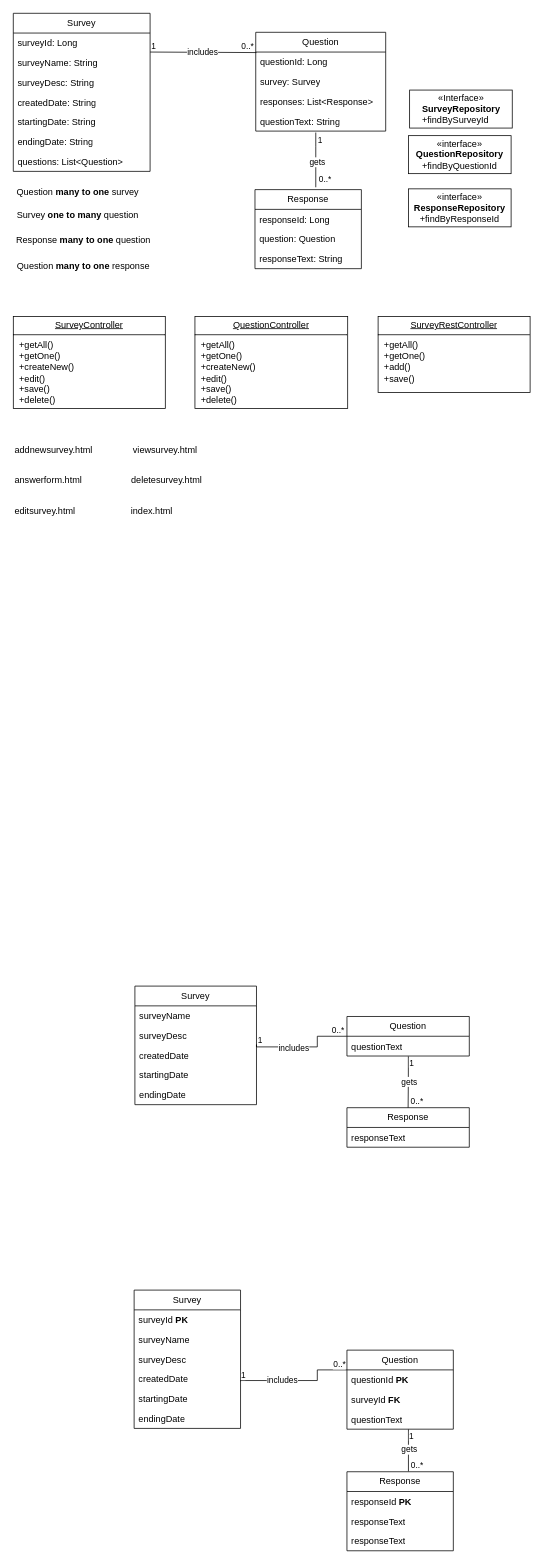
Above: survey-javakaavio.drawio in ohjelmistoprojekti-PPGP/kysely-documentation (draw.io), before the change. Source tidied: cells renumbered, new cells numbered last; positions are measured from the earlier drawing's top-left corner, leaving out a move shared by most shapes. Both pictures are drawn from the tidied source at 76%, with x=0, y=0 at pixel (13, 13).
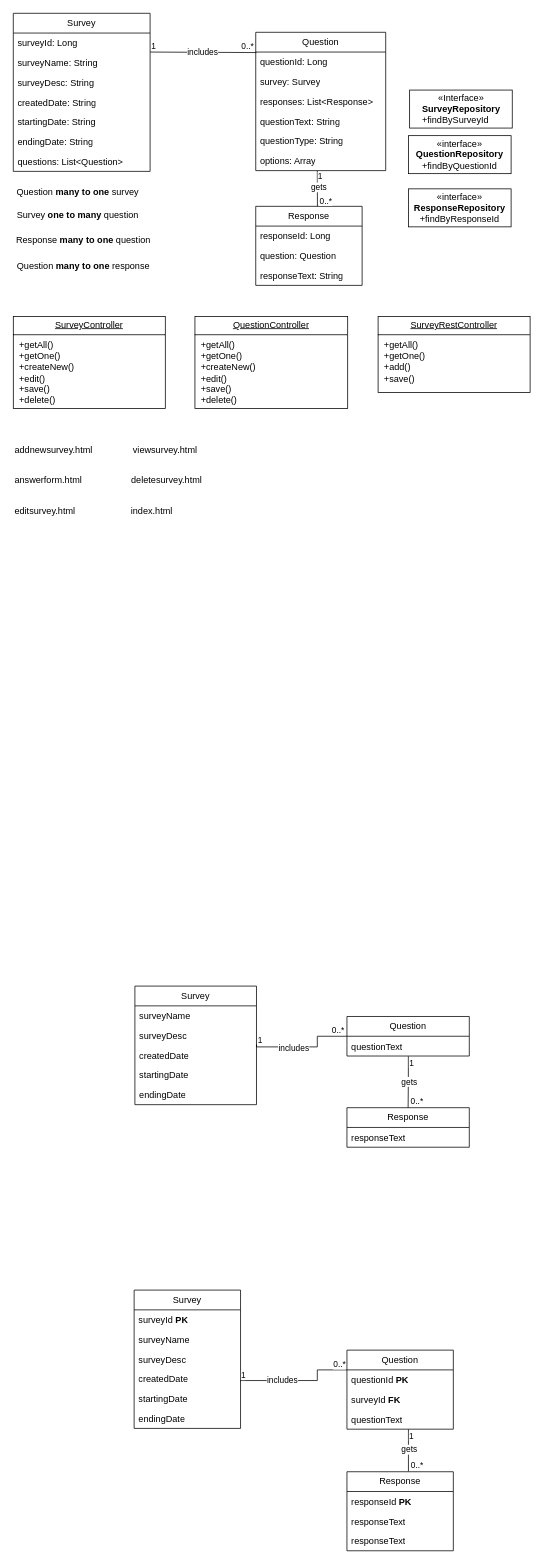
Above is the later version.

What changed in the source:
```diff
@@
     <mxCell id="10" value="Question" style="swimlane;fontStyle=0;horizontal=1;startSize=26;fillColor=none;whiteSpace=wrap;html=1;" parent="1" vertex="1">
-      <mxGeometry x="319" y="25" width="171" height="130" as="geometry" />
+      <mxGeometry x="319" y="25" width="171" height="182" as="geometry" />
     </mxCell>
@@
+    <mxCell id="84" value="questionType: String" style="text;strokeColor=none;fillColor=none;align=left;verticalAlign=top;spacingLeft=4;spacingRight=4;overflow=hidden;whiteSpace=wrap;html=1;" parent="10" vertex="1">
+      <mxGeometry y="130" width="171" height="26" as="geometry" />
+    </mxCell>
+    <mxCell id="85" value="options: Array" style="text;strokeColor=none;fillColor=none;align=left;verticalAlign=top;spacingLeft=4;spacingRight=4;overflow=hidden;points=[[0,0.5],[1,0.5]];portConstraint=eastwest;whiteSpace=wrap;html=1;" parent="10" vertex="1">
+      <mxGeometry y="156" width="171" height="26" as="geometry" />
+    </mxCell>
@@
     <mxCell id="28" value="Response" style="swimlane;fontStyle=0;horizontal=1;startSize=26;fillColor=none;whiteSpace=wrap;html=1;" parent="1" vertex="1">
-      <mxGeometry x="318" y="232" width="140" height="104" as="geometry" />
+      <mxGeometry x="319" y="254" width="140" height="104" as="geometry" />
     </mxCell>
@@
-    <mxCell id="32" style="endArrow=none;html=1;edgeStyle=orthogonalEdgeStyle;rounded=0;exitX=0.491;exitY=0.926;exitDx=0;exitDy=0;exitPerimeter=0;" parent="1" edge="1">
+    <mxCell id="32" style="endArrow=none;html=1;edgeStyle=orthogonalEdgeStyle;rounded=0;entryX=0.58;entryY=0;entryDx=0;entryDy=0;entryPerimeter=0;exitX=0.474;exitY=1.014;exitDx=0;exitDy=0;exitPerimeter=0;" parent="1" edge="1" source="85" target="28">
       <mxGeometry relative="1" as="geometry">
-        <mxPoint x="398" y="156.9" as="sourcePoint" />
-        <mxPoint x="398" y="228.9" as="targetPoint" />
         <Array as="points">
-          <mxPoint x="398" y="174.9" />
-          <mxPoint x="398" y="228.9" />
-          <mxPoint x="399" y="228.9" />
+          <mxPoint x="400" y="230" />
         </Array>
       </mxGeometry>
     </mxCell>
     <mxCell id="33" value="1" style="edgeLabel;html=1;align=left;verticalAlign=bottom;" parent="32" vertex="1">
       <mxGeometry x="-1" relative="1" as="geometry">
-        <mxPoint x="1" y="18" as="offset" />
+        <mxPoint x="-1" y="16" as="offset" />
       </mxGeometry>
     </mxCell>
     <mxCell id="34" value="0..*" style="edgeLabel;html=1;align=right;verticalAlign=bottom;" parent="32" vertex="1">
       <mxGeometry x="1" relative="1" as="geometry">
-        <mxPoint x="21" y="-3" as="offset" />
+        <mxPoint x="20" y="1" as="offset" />
       </mxGeometry>
     </mxCell>
     <mxCell id="35" value="gets" style="edgeLabel;html=1;align=center;verticalAlign=middle;" parent="32" vertex="1">
       <mxGeometry x="-0.18" y="-1" relative="1" as="geometry">
-        <mxPoint x="2" y="9" as="offset" />
+        <mxPoint x="2" y="2" as="offset" />
       </mxGeometry>
     </mxCell>
```
